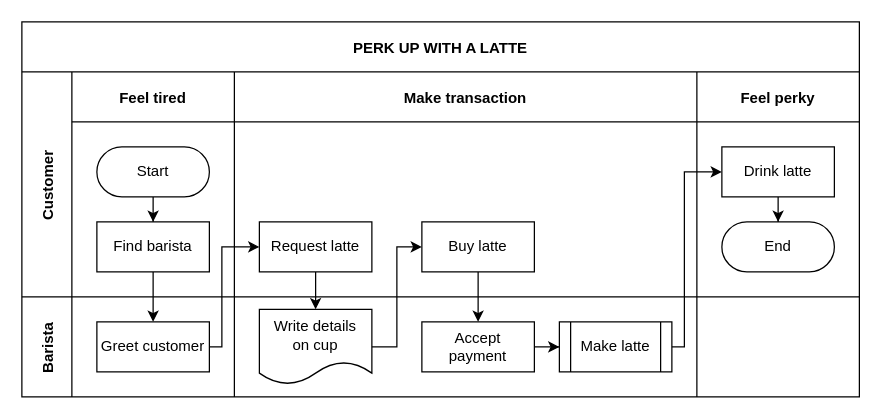
The draw.io diagram Untitled Diagram.drawio in faisal-spi/http-aws-s3, before the edit. Source tidied: cells renumbered, new cells numbered last; positions are measured from the earlier drawing's top-left corner, leaving out a move shared by most shapes. Both pictures are drawn from the tidied source at 125%, with x=0, y=0 at pixel (21, 21).
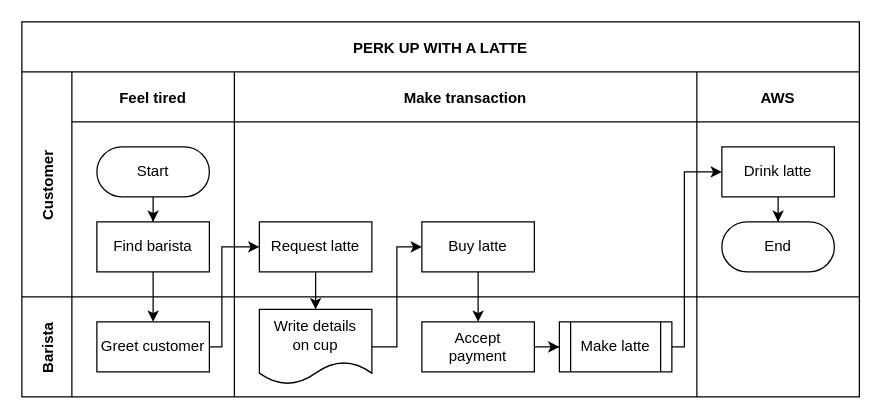
After the change.

The change refers to these unchanged cells:
```xml
<mxCell id="4" value="Customer" style="shape=tableRow;horizontal=0;swimlaneHead=0;swimlaneBody=0;top=0;left=0;bottom=0;right=0;fillColor=none;startSize=40;fontStyle=1;" parent="2" vertex="1">
  <mxGeometry y="40" width="670" height="180" as="geometry" />
</mxCell>
```

Change to the diagram source:
```diff
@@
-    <mxCell id="12" value="Feel perky" style="swimlane;swimlaneHead=0;swimlaneBody=0;fillColor=none;startSize=40;fontStyle=1;" parent="4" vertex="1">
+    <mxCell id="12" value="AWS" style="swimlane;swimlaneHead=0;swimlaneBody=0;fillColor=none;startSize=40;fontStyle=1;" parent="4" vertex="1">
       <mxGeometry x="540" width="130" height="180" as="geometry" />
     </mxCell>
```
